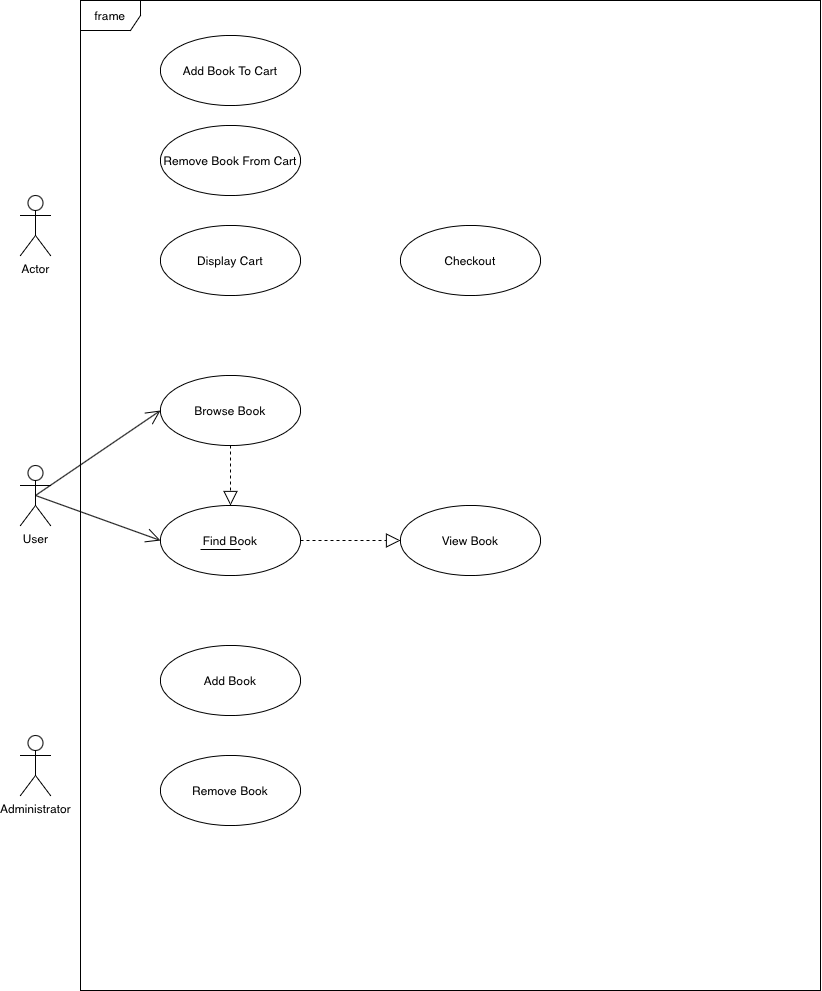
Before: models/usecase_book.png, a diagram exported from draw.io (umb-hub/BookStore). Source tidied: cells renumbered, new cells last; positions are measured from the earlier drawing's top-left corner, leaving out a move shared by most shapes.
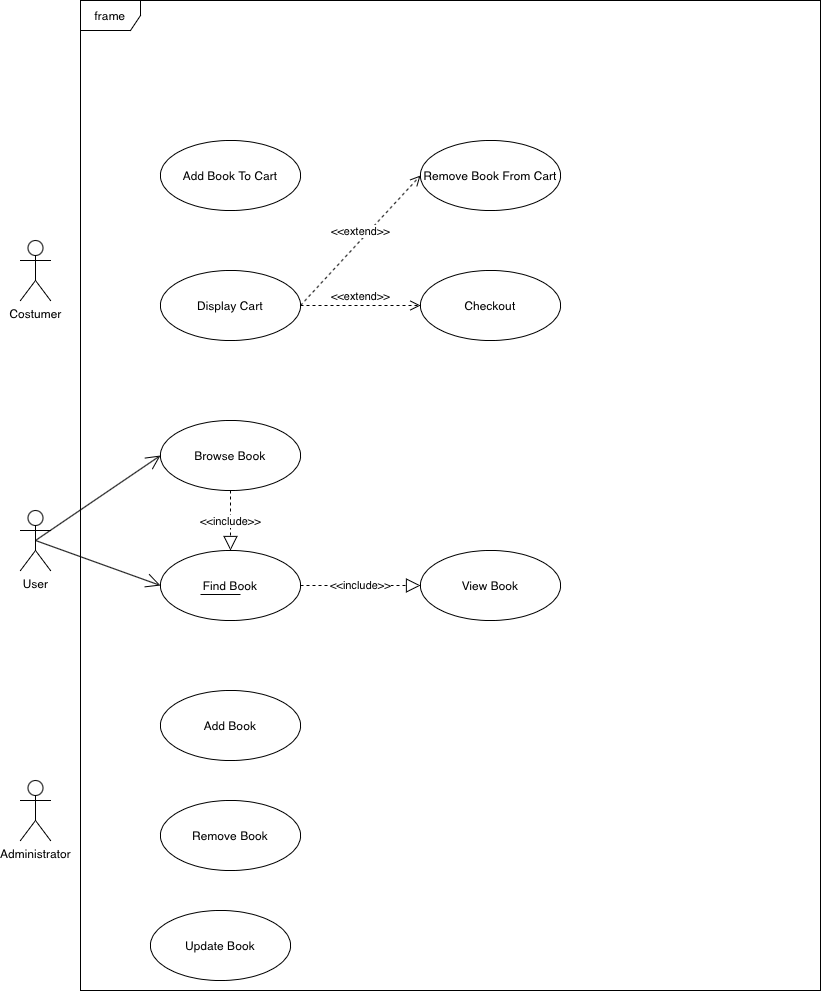
Later version of the same file.

Diff of the diagram source:
```diff
@@ -3,7 +3,7 @@
     <mxCell id="0" />
     <mxCell id="1" parent="0" />
     <mxCell id="2" value="frame" style="shape=umlFrame;whiteSpace=wrap;html=1;" parent="1" vertex="1">
-      <mxGeometry x="60" width="740" height="990" as="geometry" />
+      <mxGeometry x="60" y="-45" width="740" height="990" as="geometry" />
     </mxCell>
     <mxCell id="3" value="User" style="shape=umlActor;verticalLabelPosition=bottom;verticalAlign=top;html=1;" parent="1" vertex="1">
       <mxGeometry y="465" width="30" height="60" as="geometry" />
@@ -15,7 +15,7 @@
       <mxGeometry x="140" y="505" width="140" height="70" as="geometry" />
     </mxCell>
     <mxCell id="6" value="View Book" style="ellipse;whiteSpace=wrap;html=1;" parent="1" vertex="1">
-      <mxGeometry x="380" y="505" width="140" height="70" as="geometry" />
+      <mxGeometry x="400" y="505" width="140" height="70" as="geometry" />
     </mxCell>
     <mxCell id="7" style="endArrow=open;endFill=1;endSize=12;html=1;entryX=0;entryY=0.5;entryDx=0;entryDy=0;exitX=0.5;exitY=0.5;exitDx=0;exitDy=0;exitPerimeter=0;" parent="1" edge="1" source="3" target="4">
       <mxGeometry relative="1" as="geometry" />
@@ -23,10 +23,10 @@
     <mxCell id="8" style="endArrow=open;endFill=1;endSize=12;html=1;entryX=0;entryY=0.5;entryDx=0;entryDy=0;exitX=0.5;exitY=0.5;exitDx=0;exitDy=0;exitPerimeter=0;" parent="1" edge="1" source="3" target="5">
       <mxGeometry relative="1" as="geometry" />
     </mxCell>
-    <mxCell id="9" style="endArrow=block;dashed=1;endFill=0;endSize=12;html=1;exitX=0.5;exitY=1;exitDx=0;exitDy=0;entryX=0.5;entryY=0;entryDx=0;entryDy=0;" parent="1" edge="1" source="4" target="5">
+    <mxCell id="9" value="&amp;lt;&amp;lt;include&amp;gt;&amp;gt;" style="endArrow=block;dashed=1;endFill=0;endSize=12;html=1;exitX=0.5;exitY=1;exitDx=0;exitDy=0;entryX=0.5;entryY=0;entryDx=0;entryDy=0;" parent="1" edge="1" source="4" target="5">
       <mxGeometry relative="1" as="geometry" />
     </mxCell>
-    <mxCell id="10" style="endArrow=block;dashed=1;endFill=0;endSize=12;html=1;exitX=1;exitY=0.5;exitDx=0;exitDy=0;entryX=0;entryY=0.5;entryDx=0;entryDy=0;" parent="1" edge="1" source="5" target="6">
+    <mxCell id="10" value="&amp;lt;&amp;lt;include&amp;gt;&amp;gt;" style="endArrow=block;dashed=1;endFill=0;endSize=12;html=1;exitX=1;exitY=0.5;exitDx=0;exitDy=0;entryX=0;entryY=0.5;entryDx=0;entryDy=0;" parent="1" edge="1" source="5" target="6">
       <mxGeometry relative="1" as="geometry" />
     </mxCell>
     <mxCell id="11" value="Administrator" style="shape=umlActor;verticalLabelPosition=bottom;verticalAlign=top;html=1;" parent="1" vertex="1">
@@ -38,23 +38,32 @@
     <mxCell id="13" value="Remove Book" style="ellipse;whiteSpace=wrap;html=1;" parent="1" vertex="1">
       <mxGeometry x="140" y="755" width="140" height="70" as="geometry" />
     </mxCell>
-    <mxCell id="14" value="Actor" style="shape=umlActor;verticalLabelPosition=bottom;verticalAlign=top;html=1;" parent="1" vertex="1">
+    <mxCell id="14" value="Costumer" style="shape=umlActor;verticalLabelPosition=bottom;verticalAlign=top;html=1;" parent="1" vertex="1">
       <mxGeometry y="195" width="30" height="60" as="geometry" />
     </mxCell>
     <mxCell id="15" value="Add Book To Cart" style="ellipse;whiteSpace=wrap;html=1;" parent="1" vertex="1">
-      <mxGeometry x="140" y="35" width="140" height="70" as="geometry" />
+      <mxGeometry x="140" y="95" width="140" height="70" as="geometry" />
     </mxCell>
     <mxCell id="16" value="Remove Book From Cart" style="ellipse;whiteSpace=wrap;html=1;" parent="1" vertex="1">
-      <mxGeometry x="140" y="125" width="140" height="70" as="geometry" />
+      <mxGeometry x="400" y="95" width="140" height="70" as="geometry" />
     </mxCell>
     <mxCell id="17" value="Display Cart" style="ellipse;whiteSpace=wrap;html=1;" parent="1" vertex="1">
       <mxGeometry x="140" y="225" width="140" height="70" as="geometry" />
     </mxCell>
     <mxCell id="18" value="Checkout" style="ellipse;whiteSpace=wrap;html=1;" parent="1" vertex="1">
-      <mxGeometry x="380" y="225" width="140" height="70" as="geometry" />
+      <mxGeometry x="400" y="225" width="140" height="70" as="geometry" />
     </mxCell>
     <mxCell id="19" style="line;strokeWidth=1;fillColor=none;align=left;verticalAlign=middle;spacingTop=-1;spacingLeft=3;spacingRight=3;labelPosition=right;" parent="1" vertex="1">
       <mxGeometry x="180" y="545" width="40" height="8" as="geometry" />
     </mxCell>
+    <mxCell id="20" value="Update Book" style="ellipse;whiteSpace=wrap;html=1;" parent="1" vertex="1">
+      <mxGeometry x="130" y="865" width="140" height="70" as="geometry" />
+    </mxCell>
+    <mxCell id="21" value="&amp;lt;&amp;lt;extend&amp;gt;&amp;gt;" style="html=1;verticalAlign=bottom;endArrow=open;dashed=1;endSize=8;exitX=1;exitY=0.5;exitDx=0;exitDy=0;entryX=0;entryY=0.5;entryDx=0;entryDy=0;" parent="1" edge="1" source="17" target="16">
+      <mxGeometry relative="1" as="geometry" />
+    </mxCell>
+    <mxCell id="22" value="&amp;lt;&amp;lt;extend&amp;gt;&amp;gt;" style="html=1;verticalAlign=bottom;endArrow=open;dashed=1;endSize=8;exitX=1;exitY=0.5;exitDx=0;exitDy=0;entryX=0;entryY=0.5;entryDx=0;entryDy=0;" parent="1" edge="1" source="17" target="18">
+      <mxGeometry relative="1" as="geometry" />
+    </mxCell>
   </root>
 </mxGraphModel>
```
